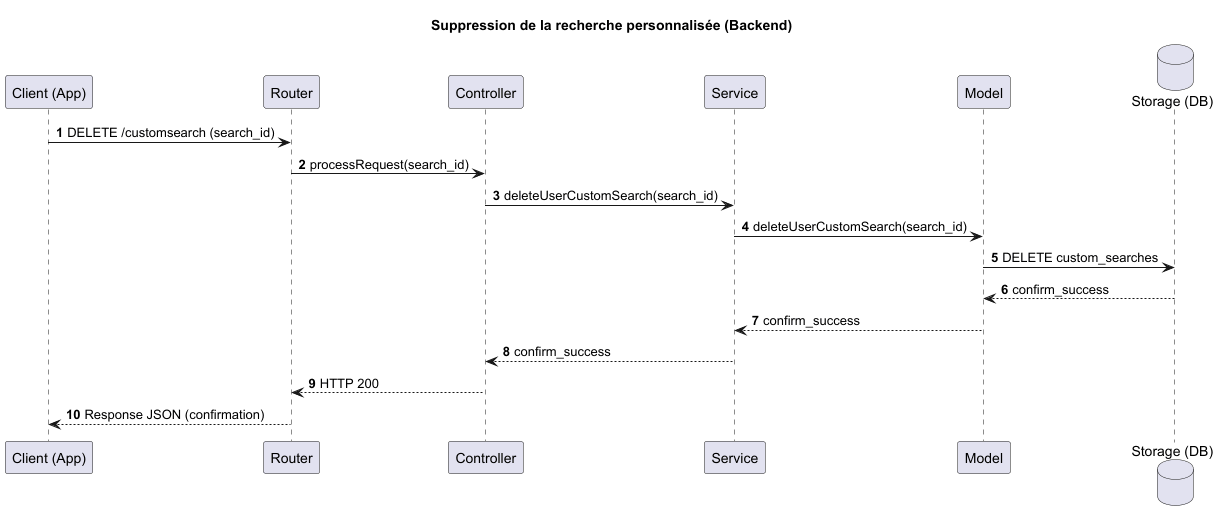
Earlier version of the PlantUML export docs/UML/search-history-delete-diagram-Suppression_de_la_recherche_personnalisée__Backend_.png (TPI2026-NewsGenerator/NewsGenerator-Backend).
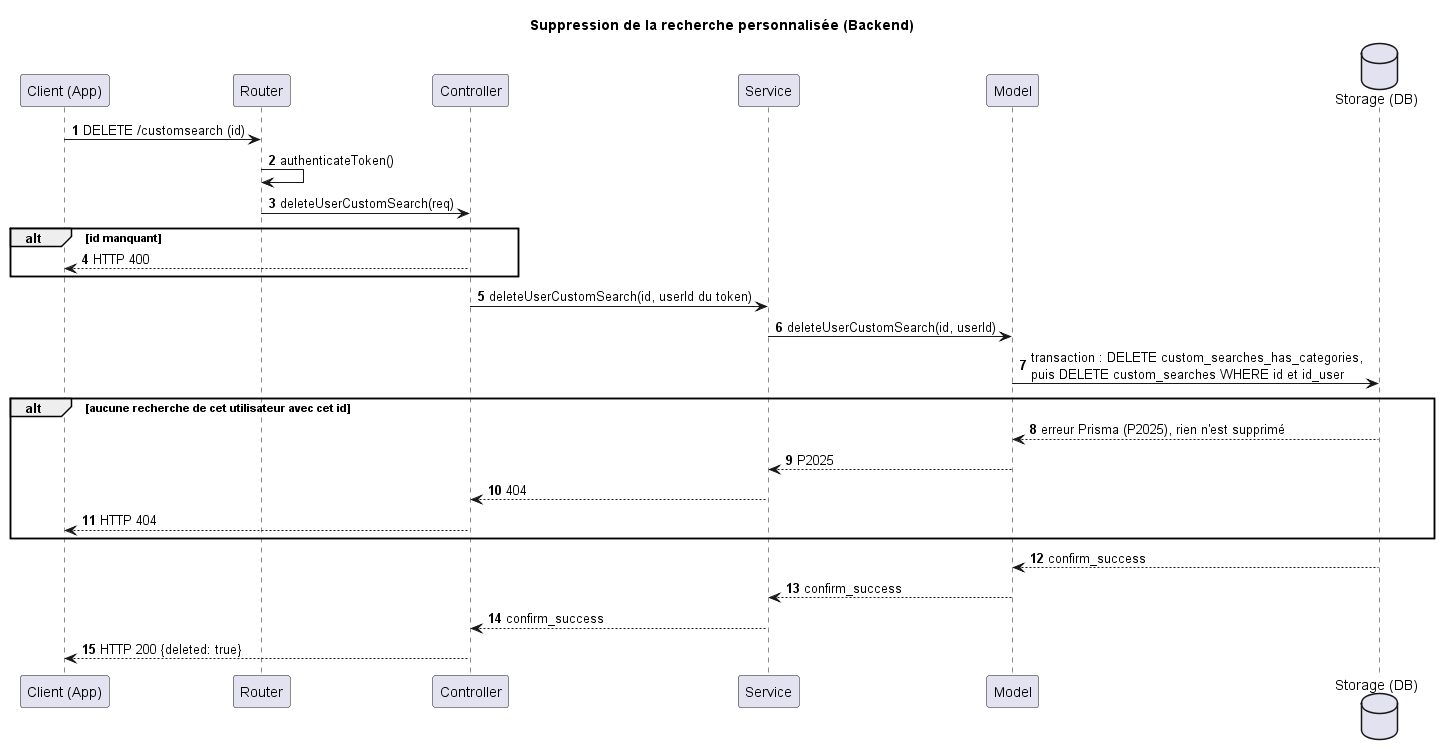
After the change.

The edit, as a diff of the source:
```diff
@@ -10,15 +10,24 @@
 database "Storage (DB)" as Storage
 
 
-Client -> Router : DELETE /customsearch (search_id)
-Router -> Controller : processRequest(search_id)
-Controller -> Service : deleteUserCustomSearch(search_id)
-Service -> Model : deleteUserCustomSearch(search_id)
-Model -> Storage : DELETE custom_searches
+Client -> Router : DELETE /customsearch (id)
+Router -> Router : authenticateToken()
+Router -> Controller : deleteUserCustomSearch(req)
+alt id manquant
+    Controller --> Client : HTTP 400
+end
+Controller -> Service : deleteUserCustomSearch(id, userId du token)
+Service -> Model : deleteUserCustomSearch(id, userId)
+Model -> Storage : transaction : DELETE custom_searches_has_categories,\npuis DELETE custom_searches WHERE id et id_user
+alt aucune recherche de cet utilisateur avec cet id
+    Storage --> Model : erreur Prisma (P2025), rien n'est supprimé
+    Model --> Service : P2025
+    Service --> Controller : 404
+    Controller --> Client : HTTP 404
+end
 Storage --> Model : confirm_success
 Model --> Service : confirm_success
 Service --> Controller : confirm_success
-Controller --> Router : HTTP 200
-Router --> Client : Response JSON (confirmation)
+Controller --> Client : HTTP 200 {deleted: true}
 
 @enduml
```
